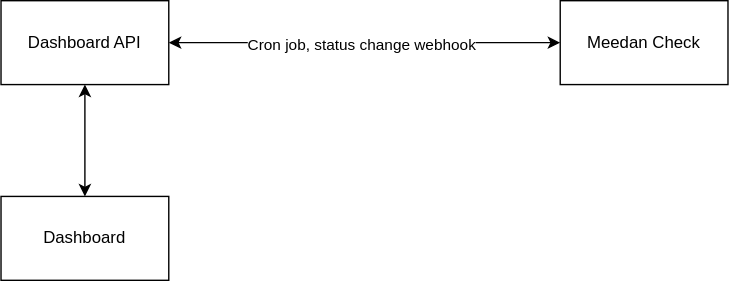
uniaolives/iVerify-Apps keeps this draw.io diagram as docs/stats.drawio.svg. Above is the earlier version. Source tidied: cells renumbered, new cells last; positions are measured from the earlier drawing's top-left corner, leaving out a move shared by most shapes. Its diagram source:
```xml
<mxGraphModel>
  <root>
    <mxCell id="0" />
    <mxCell id="1" parent="0" />
    <mxCell id="2" style="edgeStyle=orthogonalEdgeStyle;rounded=0;jettySize=auto;html=1;startArrow=classic;startFill=1;" parent="1" edge="1" source="5" target="6">
      <mxGeometry relative="1" as="geometry" />
    </mxCell>
    <mxCell id="3" value="Cron job, status change webhook&amp;nbsp;" style="edgeLabel;html=1;align=center;verticalAlign=middle;" parent="2" vertex="1">
      <mxGeometry x="-0.02" y="-1" relative="1" as="geometry" />
    </mxCell>
    <mxCell id="4" style="edgeStyle=orthogonalEdgeStyle;rounded=0;jettySize=auto;html=1;startArrow=classic;startFill=1;" parent="1" edge="1" source="5" target="7">
      <mxGeometry relative="1" as="geometry" />
    </mxCell>
    <mxCell id="5" value="Dashboard API" style="rounded=0;whiteSpace=wrap;html=1;" parent="1" vertex="1">
      <mxGeometry width="120" height="60" as="geometry" />
    </mxCell>
    <mxCell id="6" value="Meedan Check" style="rounded=0;whiteSpace=wrap;html=1;" parent="1" vertex="1">
      <mxGeometry x="400" width="120" height="60" as="geometry" />
    </mxCell>
    <mxCell id="7" value="Dashboard" style="rounded=0;whiteSpace=wrap;html=1;" parent="1" vertex="1">
      <mxGeometry y="140" width="120" height="60" as="geometry" />
    </mxCell>
  </root>
</mxGraphModel>
```
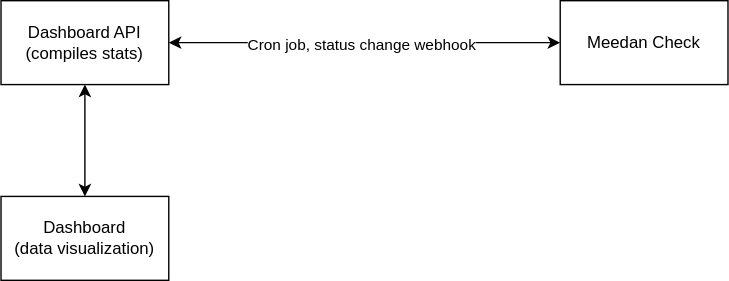
Above is the later version.

What changed in the source:
```diff
@@ -11,13 +11,13 @@
     <mxCell id="4" style="edgeStyle=orthogonalEdgeStyle;rounded=0;jettySize=auto;html=1;startArrow=classic;startFill=1;" parent="1" edge="1" source="5" target="7">
       <mxGeometry relative="1" as="geometry" />
     </mxCell>
-    <mxCell id="5" value="Dashboard API" style="rounded=0;whiteSpace=wrap;html=1;" parent="1" vertex="1">
+    <mxCell id="5" value="Dashboard API&lt;br&gt;(compiles stats)" style="rounded=0;whiteSpace=wrap;html=1;" parent="1" vertex="1">
       <mxGeometry width="120" height="60" as="geometry" />
     </mxCell>
     <mxCell id="6" value="Meedan Check" style="rounded=0;whiteSpace=wrap;html=1;" parent="1" vertex="1">
       <mxGeometry x="400" width="120" height="60" as="geometry" />
     </mxCell>
-    <mxCell id="7" value="Dashboard" style="rounded=0;whiteSpace=wrap;html=1;" parent="1" vertex="1">
+    <mxCell id="7" value="Dashboard&lt;br&gt;(data visualization)" style="rounded=0;whiteSpace=wrap;html=1;" parent="1" vertex="1">
       <mxGeometry y="140" width="120" height="60" as="geometry" />
     </mxCell>
   </root>
```
